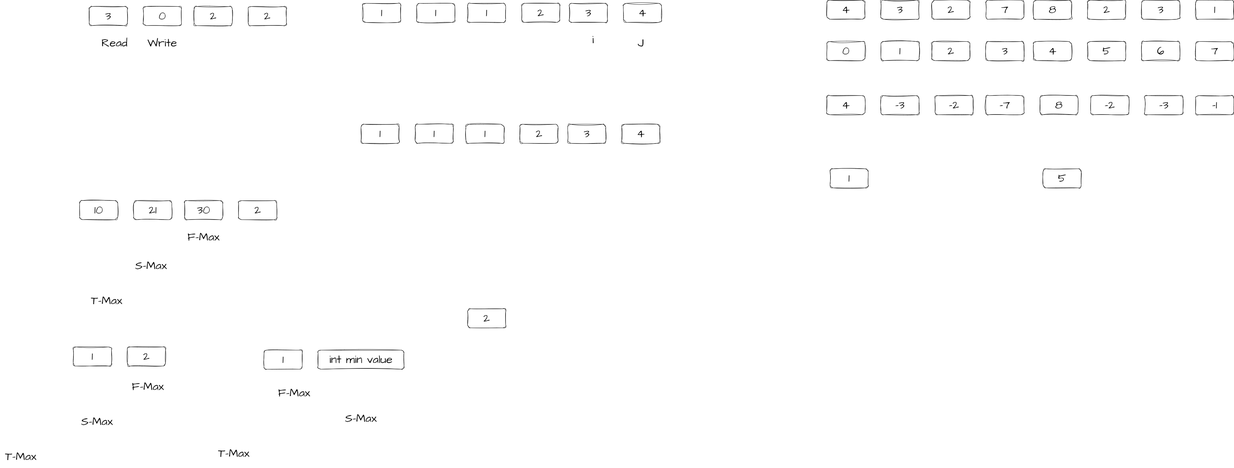
Omar-Abo-Ziada/Problem_Solving keeps this draw.io diagram as Diagrams/BrainStorming.drawio.png. Above is the earlier version. Source tidied: cells renumbered, new cells last; positions are measured from the earlier drawing's top-left corner, leaving out a move shared by most shapes.
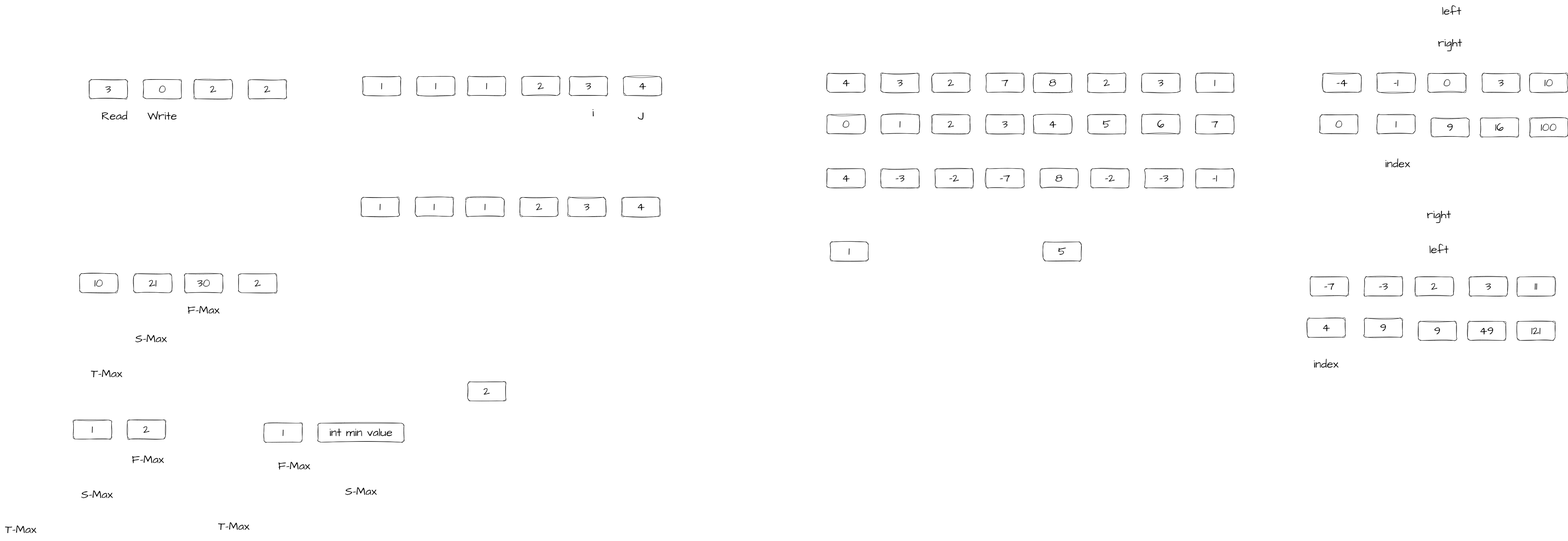
The same file after the commit.

What changed in the source:
```diff
@@ -194,5 +194,83 @@
     <mxCell id="65" value="&lt;span style=&quot;font-size: 36px;&quot;&gt;5&lt;/span&gt;" style="rounded=1;whiteSpace=wrap;html=1;sketch=1;hachureGap=4;jiggle=2;curveFitting=1;fontFamily=Architects Daughter;fontSource=https%3A%2F%2Ffonts.googleapis.com%2Fcss%3Ffamily%3DArchitects%2BDaughter;fontSize=20;" parent="1" vertex="1">
       <mxGeometry x="3280" y="530" width="120" height="60" as="geometry" />
     </mxCell>
+    <mxCell id="66" value="&lt;font style=&quot;font-size: 36px;&quot;&gt;-4&lt;/font&gt;" style="rounded=1;whiteSpace=wrap;html=1;sketch=1;hachureGap=4;jiggle=2;curveFitting=1;fontFamily=Architects Daughter;fontSource=https%3A%2F%2Ffonts.googleapis.com%2Fcss%3Ffamily%3DArchitects%2BDaughter;fontSize=20;" parent="1" vertex="1">
+      <mxGeometry x="4160" width="120" height="60" as="geometry" />
+    </mxCell>
+    <mxCell id="67" value="&lt;font style=&quot;font-size: 36px;&quot;&gt;-1&lt;/font&gt;" style="rounded=1;whiteSpace=wrap;html=1;sketch=1;hachureGap=4;jiggle=2;curveFitting=1;fontFamily=Architects Daughter;fontSource=https%3A%2F%2Ffonts.googleapis.com%2Fcss%3Ffamily%3DArchitects%2BDaughter;fontSize=20;" parent="1" vertex="1">
+      <mxGeometry x="4330" width="120" height="60" as="geometry" />
+    </mxCell>
+    <mxCell id="68" value="&lt;font style=&quot;font-size: 36px;&quot;&gt;0&lt;/font&gt;" style="rounded=1;whiteSpace=wrap;html=1;sketch=1;hachureGap=4;jiggle=2;curveFitting=1;fontFamily=Architects Daughter;fontSource=https%3A%2F%2Ffonts.googleapis.com%2Fcss%3Ffamily%3DArchitects%2BDaughter;fontSize=20;" parent="1" vertex="1">
+      <mxGeometry x="4490" width="120" height="60" as="geometry" />
+    </mxCell>
+    <mxCell id="69" value="&lt;font style=&quot;font-size: 36px;&quot;&gt;3&lt;/font&gt;" style="rounded=1;whiteSpace=wrap;html=1;sketch=1;hachureGap=4;jiggle=2;curveFitting=1;fontFamily=Architects Daughter;fontSource=https%3A%2F%2Ffonts.googleapis.com%2Fcss%3Ffamily%3DArchitects%2BDaughter;fontSize=20;" parent="1" vertex="1">
+      <mxGeometry x="4660" width="120" height="60" as="geometry" />
+    </mxCell>
+    <mxCell id="70" value="&lt;font style=&quot;font-size: 36px;&quot;&gt;10&lt;/font&gt;" style="rounded=1;whiteSpace=wrap;html=1;sketch=1;hachureGap=4;jiggle=2;curveFitting=1;fontFamily=Architects Daughter;fontSource=https%3A%2F%2Ffonts.googleapis.com%2Fcss%3Ffamily%3DArchitects%2BDaughter;fontSize=20;" parent="1" vertex="1">
+      <mxGeometry x="4810" width="120" height="60" as="geometry" />
+    </mxCell>
+    <mxCell id="71" value="left" style="text;html=1;strokeColor=none;fillColor=none;align=center;verticalAlign=middle;whiteSpace=wrap;rounded=0;sketch=1;hachureGap=4;jiggle=2;curveFitting=1;fontFamily=Architects Daughter;fontSource=https%3A%2F%2Ffonts.googleapis.com%2Fcss%3Ffamily%3DArchitects%2BDaughter;fontSize=36;" parent="1" vertex="1">
+      <mxGeometry x="4500" y="-230" width="130" height="70" as="geometry" />
+    </mxCell>
+    <mxCell id="72" value="right" style="text;html=1;strokeColor=none;fillColor=none;align=center;verticalAlign=middle;whiteSpace=wrap;rounded=0;sketch=1;hachureGap=4;jiggle=2;curveFitting=1;fontFamily=Architects Daughter;fontSource=https%3A%2F%2Ffonts.googleapis.com%2Fcss%3Ffamily%3DArchitects%2BDaughter;fontSize=36;" parent="1" vertex="1">
+      <mxGeometry x="4495" y="-130" width="130" height="70" as="geometry" />
+    </mxCell>
+    <mxCell id="73" value="&lt;font style=&quot;font-size: 36px;&quot;&gt;100&lt;/font&gt;" style="rounded=1;whiteSpace=wrap;html=1;sketch=1;hachureGap=4;jiggle=2;curveFitting=1;fontFamily=Architects Daughter;fontSource=https%3A%2F%2Ffonts.googleapis.com%2Fcss%3Ffamily%3DArchitects%2BDaughter;fontSize=20;" parent="1" vertex="1">
+      <mxGeometry x="4810" y="140" width="120" height="60" as="geometry" />
+    </mxCell>
+    <mxCell id="74" value="&lt;font style=&quot;font-size: 36px;&quot;&gt;16&lt;/font&gt;" style="rounded=1;whiteSpace=wrap;html=1;sketch=1;hachureGap=4;jiggle=2;curveFitting=1;fontFamily=Architects Daughter;fontSource=https%3A%2F%2Ffonts.googleapis.com%2Fcss%3Ffamily%3DArchitects%2BDaughter;fontSize=20;" parent="1" vertex="1">
+      <mxGeometry x="4655" y="140" width="120" height="60" as="geometry" />
+    </mxCell>
+    <mxCell id="75" value="&lt;font style=&quot;font-size: 36px;&quot;&gt;9&lt;/font&gt;" style="rounded=1;whiteSpace=wrap;html=1;sketch=1;hachureGap=4;jiggle=2;curveFitting=1;fontFamily=Architects Daughter;fontSource=https%3A%2F%2Ffonts.googleapis.com%2Fcss%3Ffamily%3DArchitects%2BDaughter;fontSize=20;" parent="1" vertex="1">
+      <mxGeometry x="4500" y="140" width="120" height="60" as="geometry" />
+    </mxCell>
+    <mxCell id="76" value="&lt;font style=&quot;font-size: 36px;&quot;&gt;1&lt;/font&gt;" style="rounded=1;whiteSpace=wrap;html=1;sketch=1;hachureGap=4;jiggle=2;curveFitting=1;fontFamily=Architects Daughter;fontSource=https%3A%2F%2Ffonts.googleapis.com%2Fcss%3Ffamily%3DArchitects%2BDaughter;fontSize=20;" parent="1" vertex="1">
+      <mxGeometry x="4330" y="130" width="120" height="60" as="geometry" />
+    </mxCell>
+    <mxCell id="77" value="&lt;font style=&quot;font-size: 36px;&quot;&gt;0&lt;/font&gt;" style="rounded=1;whiteSpace=wrap;html=1;sketch=1;hachureGap=4;jiggle=2;curveFitting=1;fontFamily=Architects Daughter;fontSource=https%3A%2F%2Ffonts.googleapis.com%2Fcss%3Ffamily%3DArchitects%2BDaughter;fontSize=20;" parent="1" vertex="1">
+      <mxGeometry x="4150" y="130" width="120" height="60" as="geometry" />
+    </mxCell>
+    <mxCell id="78" value="index" style="text;html=1;strokeColor=none;fillColor=none;align=center;verticalAlign=middle;whiteSpace=wrap;rounded=0;sketch=1;hachureGap=4;jiggle=2;curveFitting=1;fontFamily=Architects Daughter;fontSource=https%3A%2F%2Ffonts.googleapis.com%2Fcss%3Ffamily%3DArchitects%2BDaughter;fontSize=36;" parent="1" vertex="1">
+      <mxGeometry x="4330" y="250" width="130" height="70" as="geometry" />
+    </mxCell>
+    <mxCell id="79" value="&lt;font style=&quot;font-size: 36px;&quot;&gt;-7&lt;/font&gt;" style="rounded=1;whiteSpace=wrap;html=1;sketch=1;hachureGap=4;jiggle=2;curveFitting=1;fontFamily=Architects Daughter;fontSource=https%3A%2F%2Ffonts.googleapis.com%2Fcss%3Ffamily%3DArchitects%2BDaughter;fontSize=20;" parent="1" vertex="1">
+      <mxGeometry x="4120" y="640" width="120" height="60" as="geometry" />
+    </mxCell>
+    <mxCell id="80" value="&lt;font style=&quot;font-size: 36px;&quot;&gt;-3&lt;/font&gt;" style="rounded=1;whiteSpace=wrap;html=1;sketch=1;hachureGap=4;jiggle=2;curveFitting=1;fontFamily=Architects Daughter;fontSource=https%3A%2F%2Ffonts.googleapis.com%2Fcss%3Ffamily%3DArchitects%2BDaughter;fontSize=20;" parent="1" vertex="1">
+      <mxGeometry x="4290" y="640" width="120" height="60" as="geometry" />
+    </mxCell>
+    <mxCell id="81" value="&lt;font style=&quot;font-size: 36px;&quot;&gt;2&lt;/font&gt;" style="rounded=1;whiteSpace=wrap;html=1;sketch=1;hachureGap=4;jiggle=2;curveFitting=1;fontFamily=Architects Daughter;fontSource=https%3A%2F%2Ffonts.googleapis.com%2Fcss%3Ffamily%3DArchitects%2BDaughter;fontSize=20;" parent="1" vertex="1">
+      <mxGeometry x="4450" y="640" width="120" height="60" as="geometry" />
+    </mxCell>
+    <mxCell id="82" value="&lt;font style=&quot;font-size: 36px;&quot;&gt;3&lt;/font&gt;" style="rounded=1;whiteSpace=wrap;html=1;sketch=1;hachureGap=4;jiggle=2;curveFitting=1;fontFamily=Architects Daughter;fontSource=https%3A%2F%2Ffonts.googleapis.com%2Fcss%3Ffamily%3DArchitects%2BDaughter;fontSize=20;" parent="1" vertex="1">
+      <mxGeometry x="4620" y="640" width="120" height="60" as="geometry" />
+    </mxCell>
+    <mxCell id="83" value="&lt;font style=&quot;font-size: 36px;&quot;&gt;11&lt;/font&gt;" style="rounded=1;whiteSpace=wrap;html=1;sketch=1;hachureGap=4;jiggle=2;curveFitting=1;fontFamily=Architects Daughter;fontSource=https%3A%2F%2Ffonts.googleapis.com%2Fcss%3Ffamily%3DArchitects%2BDaughter;fontSize=20;" parent="1" vertex="1">
+      <mxGeometry x="4770" y="640" width="120" height="60" as="geometry" />
+    </mxCell>
+    <mxCell id="84" value="left" style="text;html=1;strokeColor=none;fillColor=none;align=center;verticalAlign=middle;whiteSpace=wrap;rounded=0;sketch=1;hachureGap=4;jiggle=2;curveFitting=1;fontFamily=Architects Daughter;fontSource=https%3A%2F%2Ffonts.googleapis.com%2Fcss%3Ffamily%3DArchitects%2BDaughter;fontSize=36;" parent="1" vertex="1">
+      <mxGeometry x="4460" y="520" width="130" height="70" as="geometry" />
+    </mxCell>
+    <mxCell id="85" value="right" style="text;html=1;strokeColor=none;fillColor=none;align=center;verticalAlign=middle;whiteSpace=wrap;rounded=0;sketch=1;hachureGap=4;jiggle=2;curveFitting=1;fontFamily=Architects Daughter;fontSource=https%3A%2F%2Ffonts.googleapis.com%2Fcss%3Ffamily%3DArchitects%2BDaughter;fontSize=36;" parent="1" vertex="1">
+      <mxGeometry x="4460" y="410" width="130" height="70" as="geometry" />
+    </mxCell>
+    <mxCell id="86" value="&lt;font style=&quot;font-size: 36px;&quot;&gt;121&lt;/font&gt;" style="rounded=1;whiteSpace=wrap;html=1;sketch=1;hachureGap=4;jiggle=2;curveFitting=1;fontFamily=Architects Daughter;fontSource=https%3A%2F%2Ffonts.googleapis.com%2Fcss%3Ffamily%3DArchitects%2BDaughter;fontSize=20;" parent="1" vertex="1">
+      <mxGeometry x="4770" y="780" width="120" height="60" as="geometry" />
+    </mxCell>
+    <mxCell id="87" value="&lt;font style=&quot;font-size: 36px;&quot;&gt;49&lt;/font&gt;" style="rounded=1;whiteSpace=wrap;html=1;sketch=1;hachureGap=4;jiggle=2;curveFitting=1;fontFamily=Architects Daughter;fontSource=https%3A%2F%2Ffonts.googleapis.com%2Fcss%3Ffamily%3DArchitects%2BDaughter;fontSize=20;" parent="1" vertex="1">
+      <mxGeometry x="4615" y="780" width="120" height="60" as="geometry" />
+    </mxCell>
+    <mxCell id="88" value="&lt;font style=&quot;font-size: 36px;&quot;&gt;9&lt;/font&gt;" style="rounded=1;whiteSpace=wrap;html=1;sketch=1;hachureGap=4;jiggle=2;curveFitting=1;fontFamily=Architects Daughter;fontSource=https%3A%2F%2Ffonts.googleapis.com%2Fcss%3Ffamily%3DArchitects%2BDaughter;fontSize=20;" parent="1" vertex="1">
+      <mxGeometry x="4460" y="780" width="120" height="60" as="geometry" />
+    </mxCell>
+    <mxCell id="89" value="&lt;font style=&quot;font-size: 36px;&quot;&gt;9&lt;/font&gt;" style="rounded=1;whiteSpace=wrap;html=1;sketch=1;hachureGap=4;jiggle=2;curveFitting=1;fontFamily=Architects Daughter;fontSource=https%3A%2F%2Ffonts.googleapis.com%2Fcss%3Ffamily%3DArchitects%2BDaughter;fontSize=20;" parent="1" vertex="1">
+      <mxGeometry x="4290" y="770" width="120" height="60" as="geometry" />
+    </mxCell>
+    <mxCell id="90" value="&lt;font style=&quot;font-size: 36px;&quot;&gt;4&lt;/font&gt;" style="rounded=1;whiteSpace=wrap;html=1;sketch=1;hachureGap=4;jiggle=2;curveFitting=1;fontFamily=Architects Daughter;fontSource=https%3A%2F%2Ffonts.googleapis.com%2Fcss%3Ffamily%3DArchitects%2BDaughter;fontSize=20;" parent="1" vertex="1">
+      <mxGeometry x="4110" y="770" width="120" height="60" as="geometry" />
+    </mxCell>
+    <mxCell id="91" value="index" style="text;html=1;strokeColor=none;fillColor=none;align=center;verticalAlign=middle;whiteSpace=wrap;rounded=0;sketch=1;hachureGap=4;jiggle=2;curveFitting=1;fontFamily=Architects Daughter;fontSource=https%3A%2F%2Ffonts.googleapis.com%2Fcss%3Ffamily%3DArchitects%2BDaughter;fontSize=36;" parent="1" vertex="1">
+      <mxGeometry x="4105" y="880" width="130" height="70" as="geometry" />
+    </mxCell>
   </root>
 </mxGraphModel>
```
